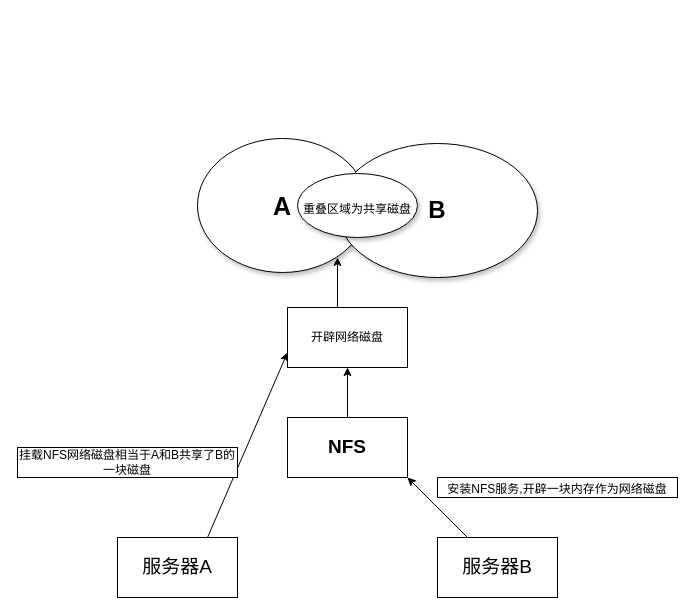
ChangYuan0227/diagrams keeps this draw.io diagram as 流程图/NFS.drawio. Above is the earlier version. Source tidied: cells renumbered, new cells numbered last; positions are measured from the earlier drawing's top-left corner, leaving out a move shared by most shapes. Both pictures are drawn from the tidied source at 100%, with x=0, y=0 at pixel (17, 138).
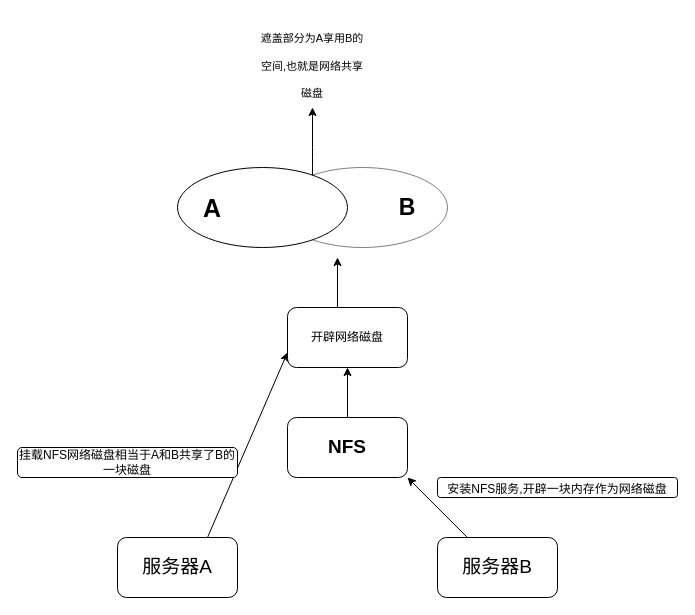
The same diagram, later.

What changed in the source:
```diff
@@
-    <mxCell id="2" value="&lt;font style=&quot;font-size: 25px&quot;&gt;&lt;b&gt;A&lt;/b&gt;&lt;/font&gt;" style="ellipse;whiteSpace=wrap;html=1;fontSize=12;shadow=1;" parent="1" vertex="1">
-      <mxGeometry x="180" width="170" height="134" as="geometry" />
-    </mxCell>
-    <mxCell id="3" value="&lt;font style=&quot;font-size: 24px&quot;&gt;&lt;b&gt;B&lt;/b&gt;&lt;/font&gt;" style="ellipse;whiteSpace=wrap;html=1;fontSize=12;shadow=1;strokeColor=#000000;" parent="1" vertex="1">
-      <mxGeometry x="320" y="5" width="200" height="134" as="geometry" />
-    </mxCell>
-    <mxCell id="4" value="&lt;b style=&quot;font-size: 19px&quot;&gt;NFS&lt;/b&gt;" style="rounded=0;whiteSpace=wrap;html=1;strokeColor=#000000;" parent="1" vertex="1">
+    <mxCell id="4" value="&lt;b style=&quot;font-size: 19px&quot;&gt;NFS&lt;/b&gt;" style="rounded=1;whiteSpace=wrap;html=1;strokeColor=#000000;" parent="1" vertex="1">
       <mxGeometry x="270" y="279" width="120" height="60" as="geometry" />
     </mxCell>
-    <mxCell id="5" value="服务器A" style="rounded=0;whiteSpace=wrap;html=1;fontSize=19;strokeColor=#000000;" parent="1" vertex="1">
+    <mxCell id="5" value="服务器A" style="rounded=1;whiteSpace=wrap;html=1;fontSize=19;strokeColor=#000000;" parent="1" vertex="1">
       <mxGeometry x="100" y="399" width="120" height="60" as="geometry" />
     </mxCell>
-    <mxCell id="6" value="服务器B" style="rounded=0;whiteSpace=wrap;html=1;fontSize=19;strokeColor=#000000;" parent="1" vertex="1">
+    <mxCell id="6" value="服务器B" style="rounded=1;whiteSpace=wrap;html=1;fontSize=19;strokeColor=#000000;" parent="1" vertex="1">
       <mxGeometry x="420" y="399" width="120" height="60" as="geometry" />
     </mxCell>
-    <mxCell id="7" style="endArrow=classic;html=1;rounded=0;fontSize=19;" parent="1" edge="1" source="6">
+    <mxCell id="7" style="endArrow=classic;html=1;rounded=1;fontSize=19;" parent="1" edge="1" source="6">
       <mxGeometry relative="1" as="geometry">
         <mxPoint x="390" y="339" as="targetPoint" />
         <Array as="points">
           <mxPoint x="390" y="339" />
         </Array>
       </mxGeometry>
     </mxCell>
-    <mxCell id="8" value="&lt;font style=&quot;font-size: 12px&quot;&gt;安装NFS服务,开辟一块内存作为网络磁盘&lt;/font&gt;" style="whiteSpace=wrap;html=1;fontSize=19;strokeColor=#000000;" parent="1" vertex="1">
+    <mxCell id="8" value="&lt;font style=&quot;font-size: 12px&quot;&gt;安装NFS服务,开辟一块内存作为网络磁盘&lt;/font&gt;" style="whiteSpace=wrap;html=1;fontSize=19;strokeColor=#000000;rounded=1;" parent="1" vertex="1">
       <mxGeometry x="420" y="339" width="240" height="20" as="geometry" />
     </mxCell>
-    <mxCell id="9" style="endArrow=classic;html=1;rounded=0;fontSize=12;entryX=0;entryY=0.75;entryDx=0;entryDy=0;" parent="1" edge="1" target="12">
+    <mxCell id="9" style="endArrow=classic;html=1;rounded=1;fontSize=12;entryX=0;entryY=0.75;entryDx=0;entryDy=0;" parent="1" edge="1" target="12">
       <mxGeometry relative="1" as="geometry">
         <mxPoint x="190" y="399" as="sourcePoint" />
       </mxGeometry>
     </mxCell>
-    <mxCell id="10" value="挂载NFS网络磁盘相当于A和B共享了B的一块磁盘" style="whiteSpace=wrap;html=1;fontSize=12;strokeColor=#000000;" parent="1" vertex="1">
+    <mxCell id="10" value="挂载NFS网络磁盘相当于A和B共享了B的一块磁盘" style="whiteSpace=wrap;html=1;fontSize=12;strokeColor=#000000;rounded=1;" parent="1" vertex="1">
       <mxGeometry y="309" width="220" height="30" as="geometry" />
     </mxCell>
-    <mxCell id="11" style="endArrow=classic;html=1;rounded=0;fontSize=12;exitX=0.5;exitY=0;exitDx=0;exitDy=0;" parent="1" edge="1" source="4">
+    <mxCell id="11" style="endArrow=classic;html=1;rounded=1;fontSize=12;exitX=0.5;exitY=0;exitDx=0;exitDy=0;" parent="1" edge="1" source="4">
       <mxGeometry relative="1" as="geometry">
         <mxPoint x="330" y="229" as="targetPoint" />
       </mxGeometry>
     </mxCell>
-    <mxCell id="12" value="开辟网络磁盘" style="rounded=0;whiteSpace=wrap;html=1;fontSize=12;strokeColor=#000000;" parent="1" vertex="1">
+    <mxCell id="12" value="开辟网络磁盘" style="rounded=1;whiteSpace=wrap;html=1;fontSize=12;strokeColor=#000000;" parent="1" vertex="1">
       <mxGeometry x="270" y="169" width="120" height="60" as="geometry" />
     </mxCell>
-    <mxCell id="13" style="endArrow=classic;html=1;rounded=0;fontSize=12;" parent="1" edge="1">
+    <mxCell id="13" style="endArrow=classic;html=1;rounded=1;fontSize=12;" parent="1" edge="1">
       <mxGeometry relative="1" as="geometry">
         <mxPoint x="320" y="169" as="sourcePoint" />
         <mxPoint x="320" y="119" as="targetPoint" />
       </mxGeometry>
     </mxCell>
-    <mxCell id="14" value="&lt;font style=&quot;font-size: 12px&quot;&gt;重叠区域为共享磁盘&lt;/font&gt;" style="ellipse;whiteSpace=wrap;html=1;shadow=1;fontSize=24;strokeColor=#000000;fillColor=#FFFFFF;" parent="1" vertex="1">
-      <mxGeometry x="280" y="35" width="120" height="64" as="geometry" />
-    </mxCell>
+    <mxCell id="3" value="&amp;nbsp; &amp;nbsp; &amp;nbsp; &amp;nbsp; &amp;nbsp; &amp;nbsp; &amp;nbsp; &amp;nbsp; &amp;nbsp; &amp;nbsp; &amp;nbsp; &amp;nbsp; &amp;nbsp; &amp;nbsp; &amp;nbsp; &amp;nbsp;&lt;font style=&quot;font-size: 23px;&quot;&gt;&lt;b&gt;B&amp;nbsp;&lt;/b&gt;&lt;/font&gt; &amp;nbsp;" style="ellipse;whiteSpace=wrap;html=1;rounded=1;opacity=50;" parent="1" vertex="1">
+      <mxGeometry x="260" y="29" width="170" height="80" as="geometry" />
+    </mxCell>
+    <mxCell id="15" style="edgeStyle=orthogonalEdgeStyle;rounded=1;jettySize=auto;html=1;fontSize=11;" parent="1" edge="1" source="2" target="16">
+      <mxGeometry relative="1" as="geometry">
+        <Array as="points">
+          <mxPoint x="295" y="19" />
+          <mxPoint x="295" y="19" />
+        </Array>
+      </mxGeometry>
+    </mxCell>
+    <mxCell id="2" value="&lt;font style=&quot;font-size: 25px;&quot;&gt;&lt;b&gt;A&lt;/b&gt;&lt;/font&gt;&amp;nbsp; &amp;nbsp; &amp;nbsp; &amp;nbsp; &amp;nbsp; &amp;nbsp; &amp;nbsp; &amp;nbsp; &amp;nbsp; &amp;nbsp; &amp;nbsp; &amp;nbsp; &amp;nbsp; &amp;nbsp; &amp;nbsp;&amp;nbsp;" style="ellipse;whiteSpace=wrap;html=1;rounded=1;" parent="1" vertex="1">
+      <mxGeometry x="160" y="29" width="170" height="80" as="geometry" />
+    </mxCell>
+    <mxCell id="16" value="&lt;font style=&quot;font-size: 11px;&quot;&gt;遮盖部分为A享用B的空间,也就是网络共享磁盘&lt;/font&gt;" style="whiteSpace=wrap;html=1;rounded=1;fontSize=23;opacity=0;" parent="1" vertex="1">
+      <mxGeometry x="240" y="-121" width="110" height="90" as="geometry" />
+    </mxCell>
```
